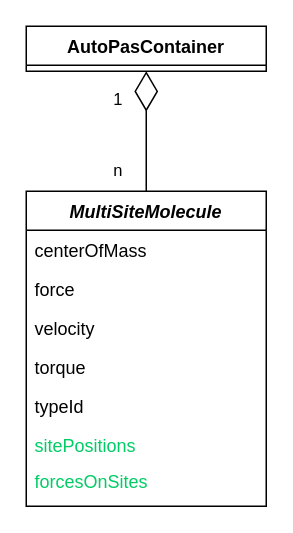
Earlier version of the draw.io diagram moleculeApproach.drawio (penguincarol/rattle). Source tidied: cells renumbered, new cells numbered last; positions are measured from the earlier drawing's top-left corner, leaving out a move shared by most shapes. Both pictures are drawn from the tidied source at 150%, with x=0, y=0 at pixel (26, 26).
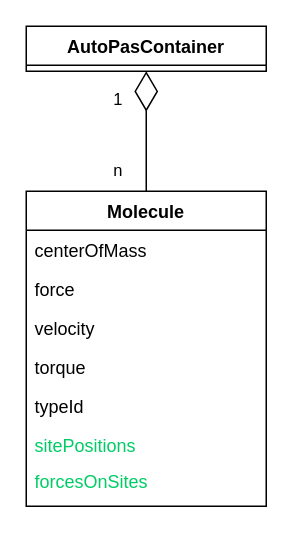
The same page after the edit.

The edit, as a diff of the source:
```diff
@@
 <mxGraphModel>
   <root>
     <mxCell id="0" />
     <mxCell id="1" parent="0" />
-    <mxCell id="2" value="MultiSiteMolecule" style="swimlane;fontStyle=3;align=center;verticalAlign=top;horizontal=1;startSize=26;rounded=0;shadow=0;strokeWidth=1;" parent="1" vertex="1">
+    <mxCell id="2" value="Molecule" style="swimlane;fontStyle=1;align=center;verticalAlign=top;horizontal=1;startSize=26;rounded=0;shadow=0;strokeWidth=1;" parent="1" vertex="1">
       <mxGeometry y="110" width="160" height="210" as="geometry" />
     </mxCell>
     <mxCell id="3" value="centerOfMass" style="text;align=left;verticalAlign=top;spacingLeft=4;spacingRight=4;overflow=hidden;" parent="2" vertex="1">
       <mxGeometry y="26" width="160" height="26" as="geometry" />
     </mxCell>
     <mxCell id="4" value="force" style="text;align=left;verticalAlign=top;spacingLeft=4;spacingRight=4;overflow=hidden;rounded=0;shadow=0;html=0;" parent="2" vertex="1">
       <mxGeometry y="52" width="160" height="26" as="geometry" />
     </mxCell>
     <mxCell id="5" value="velocity" style="text;align=left;verticalAlign=top;spacingLeft=4;spacingRight=4;overflow=hidden;rounded=0;shadow=0;html=0;" parent="2" vertex="1">
       <mxGeometry y="78" width="160" height="26" as="geometry" />
     </mxCell>
     <mxCell id="6" value="torque" style="text;align=left;verticalAlign=top;spacingLeft=4;spacingRight=4;overflow=hidden;rounded=0;shadow=0;html=0;" parent="2" vertex="1">
       <mxGeometry y="104" width="160" height="26" as="geometry" />
     </mxCell>
     <mxCell id="7" value="typeId" style="text;align=left;verticalAlign=top;spacingLeft=4;spacingRight=4;overflow=hidden;rounded=0;shadow=0;html=0;" parent="2" vertex="1">
       <mxGeometry y="130" width="160" height="26" as="geometry" />
     </mxCell>
     <mxCell id="8" value="sitePositions" style="text;align=left;verticalAlign=top;spacingLeft=4;spacingRight=4;overflow=hidden;rounded=0;shadow=0;html=0;fontColor=#00CC66;" parent="2" vertex="1">
       <mxGeometry y="156" width="160" height="24" as="geometry" />
     </mxCell>
     <mxCell id="9" value="forcesOnSites" style="text;align=left;verticalAlign=top;spacingLeft=4;spacingRight=4;overflow=hidden;rounded=0;shadow=0;html=0;fontColor=#00CC66;" parent="2" vertex="1">
       <mxGeometry y="180" width="160" height="24" as="geometry" />
     </mxCell>
     <mxCell id="10" value="AutoPasContainer" style="swimlane;fontStyle=1;align=center;verticalAlign=top;horizontal=1;startSize=26;rounded=0;shadow=0;strokeWidth=1;" parent="1" vertex="1">
       <mxGeometry width="160" height="30" as="geometry" />
     </mxCell>
     <mxCell id="11" style="endArrow=diamondThin;endFill=0;endSize=24;html=1;rounded=0;entryX=0.5;entryY=1;entryDx=0;entryDy=0;exitX=0.5;exitY=0;exitDx=0;exitDy=0;" parent="1" edge="1" source="2" target="10">
       <mxGeometry relative="1" as="geometry" />
     </mxCell>
     <mxCell id="12" value="1" style="edgeLabel;html=1;align=center;verticalAlign=middle;" parent="11" vertex="1">
       <mxGeometry x="0.54" y="-1" relative="1" as="geometry">
         <mxPoint x="-21" as="offset" />
       </mxGeometry>
     </mxCell>
     <mxCell id="13" value="n" style="edgeLabel;html=1;align=center;verticalAlign=middle;" parent="11" vertex="1">
       <mxGeometry x="-0.63" y="-2" relative="1" as="geometry">
         <mxPoint x="-22" as="offset" />
       </mxGeometry>
     </mxCell>
   </root>
 </mxGraphModel>
```
